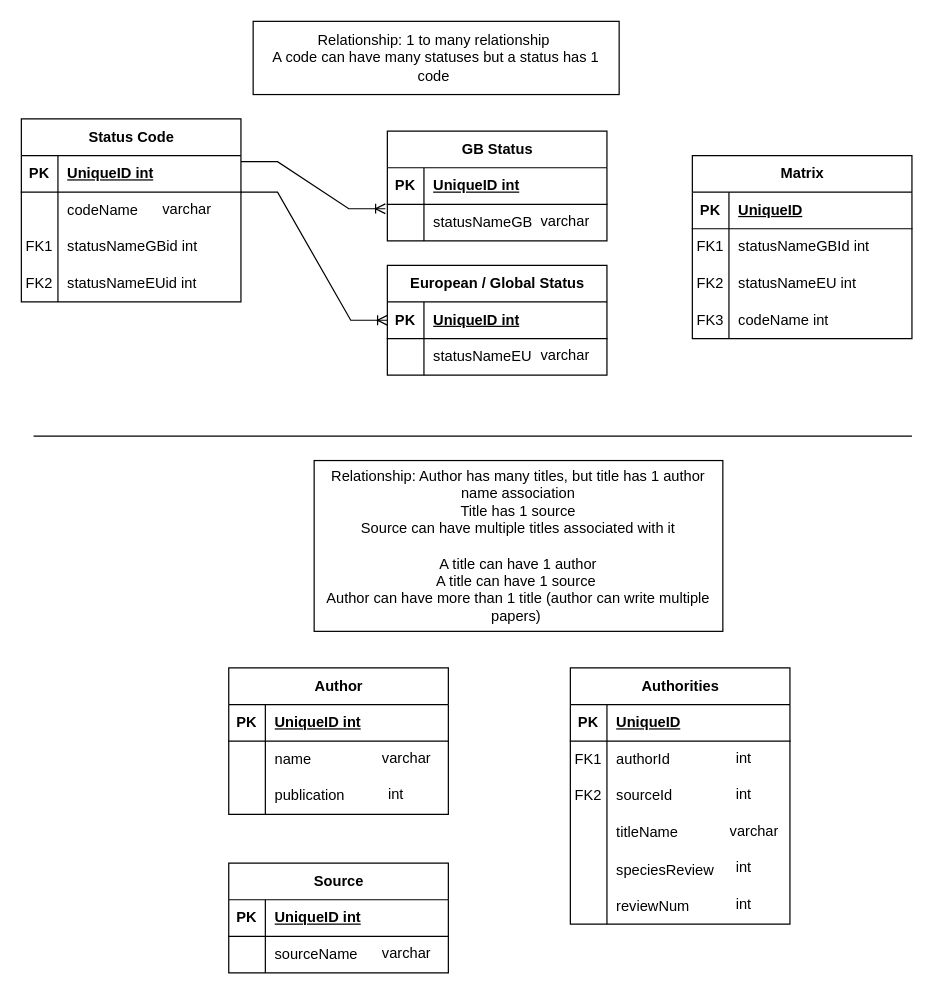
Above: Untitled Diagram.drawio in ShazSeatter/db-diagrams (draw.io), before the change. Source tidied: cells renumbered, new cells numbered last; positions are measured from the earlier drawing's top-left corner, leaving out a move shared by most shapes. Both pictures are drawn from the tidied source at 122%, with x=0, y=0 at pixel (21, 21).
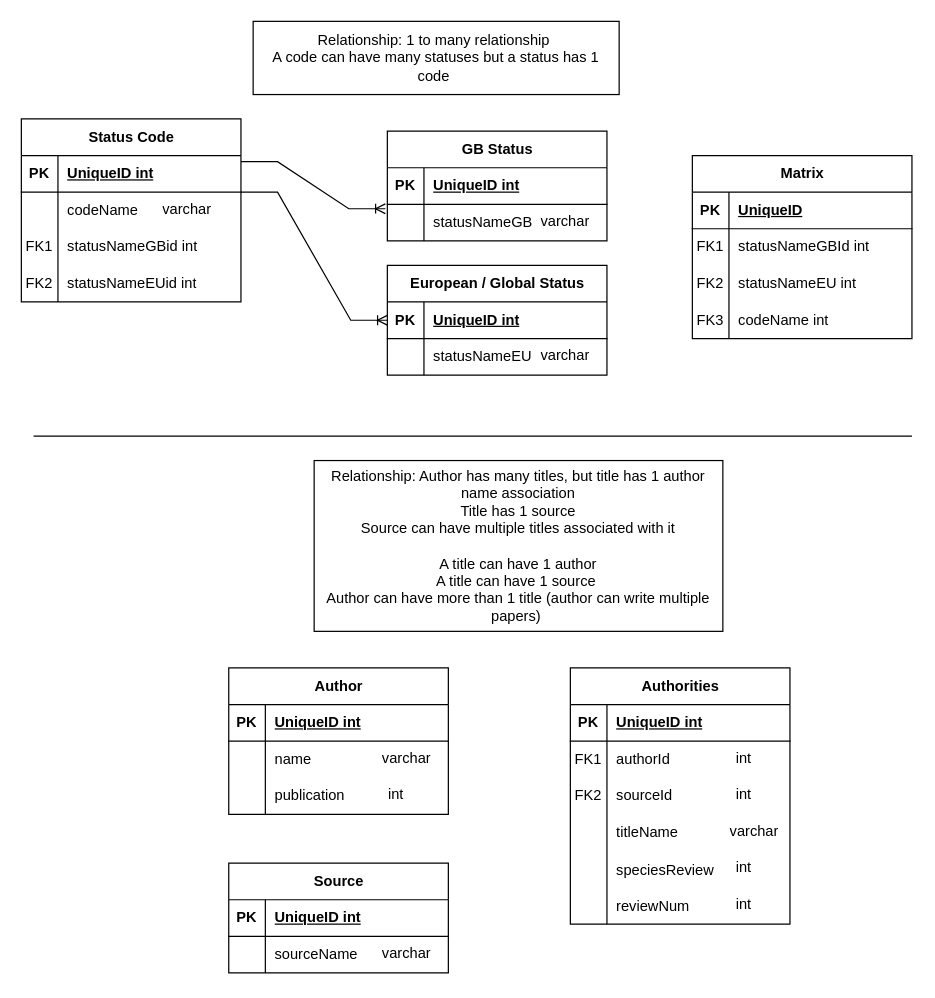
The same page after the edit.

Commit message:
authorities datatype PK added

Unchanged cells that the change refers to:
```xml
<mxCell id="62" style="shape=tableRow;horizontal=0;startSize=0;swimlaneHead=0;swimlaneBody=0;fillColor=none;top=0;left=0;right=0;bottom=1;" parent="61" vertex="1">
  <mxGeometry y="30" width="180" height="30" as="geometry" />
</mxCell>
```

What changed in the source:
```diff
@@
-    <mxCell id="64" value="UniqueID" style="shape=partialRectangle;fillColor=none;top=0;left=0;bottom=0;right=0;align=left;spacingLeft=6;fontStyle=5;overflow=hidden;whiteSpace=wrap;html=1;" parent="62" vertex="1">
+    <mxCell id="64" value="UniqueID int" style="shape=partialRectangle;fillColor=none;top=0;left=0;bottom=0;right=0;align=left;spacingLeft=6;fontStyle=5;overflow=hidden;whiteSpace=wrap;html=1;" parent="62" vertex="1">
       <mxGeometry x="30" width="150" height="30" as="geometry" />
     </mxCell>
```
